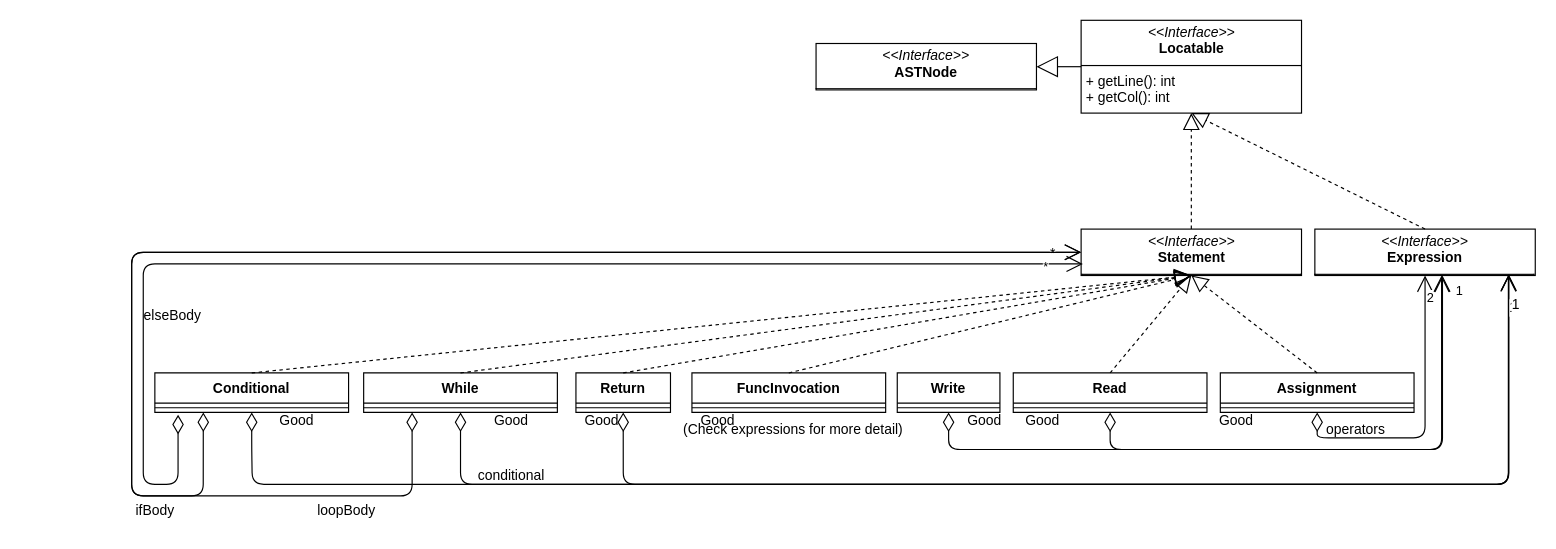
This is diagrams/statements.drawio from Diegomcha/dlp-compiler, a draw.io file, before an edit. Source tidied: cells renumbered, new cells numbered last; positions are measured from the earlier drawing's top-left corner, leaving out a move shared by most shapes. Both pictures are drawn from the tidied source at 116%, with x=0, y=0 at pixel (119, 20).
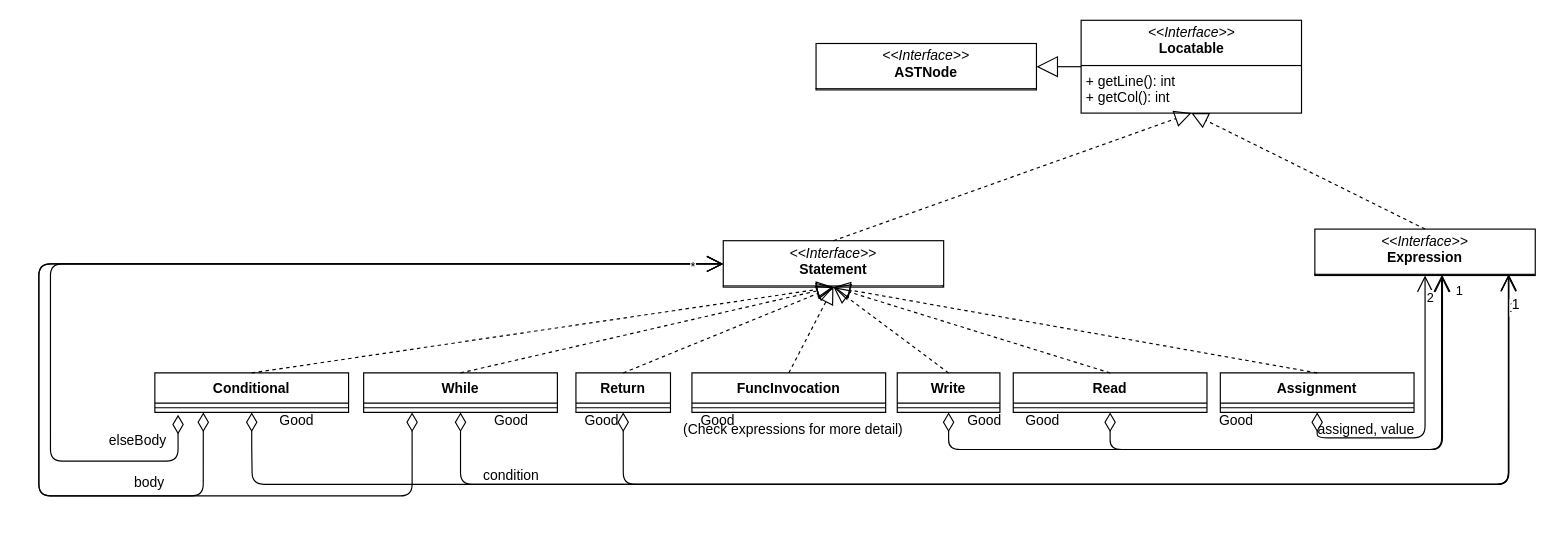
After the change.

Commit message:
feat(diagram): updated argument names for statements

The change refers to these unchanged cells:
```xml
<mxCell id="20" value="While" style="swimlane;fontStyle=1;align=center;verticalAlign=top;horizontal=1;startSize=26;" parent="1" vertex="1">
  <mxGeometry x="210" y="304" width="167" height="34" as="geometry" />
</mxCell>
<mxCell id="25" value="Conditional" style="swimlane;fontStyle=1;align=center;verticalAlign=top;horizontal=1;startSize=26;" parent="1" vertex="1">
  <mxGeometry x="30" y="304" width="167" height="34" as="geometry" />
</mxCell>
<mxCell id="39" value="Write" style="swimlane;fontStyle=1;align=center;verticalAlign=top;horizontal=1;startSize=26;" parent="1" vertex="1">
  <mxGeometry x="670" y="304" width="88.5" height="34" as="geometry" />
</mxCell>
```

The edit, as a diff of the source:
```diff
@@
     <mxCell id="6" value="&lt;p style=&quot;margin:0px;margin-top:4px;text-align:center;&quot;&gt;&lt;i&gt;&amp;lt;&amp;lt;Interface&amp;gt;&amp;gt;&lt;/i&gt;&lt;br&gt;&lt;b&gt;Statement&lt;/b&gt;&lt;/p&gt;&lt;hr size=&quot;1&quot; style=&quot;border-style:solid;&quot;&gt;&lt;p style=&quot;margin:0px;margin-left:4px;&quot;&gt;&lt;br&gt;&lt;/p&gt;" style="verticalAlign=top;align=left;overflow=fill;html=1;whiteSpace=wrap;" parent="1" vertex="1">
-      <mxGeometry x="828.5" y="180" width="190" height="40" as="geometry" />
+      <mxGeometry x="520" y="190" width="190" height="40" as="geometry" />
     </mxCell>
@@
     <mxCell id="27" style="endArrow=open;html=1;endSize=12;startArrow=diamondThin;startSize=14;startFill=0;edgeStyle=orthogonalEdgeStyle;align=left;verticalAlign=bottom;exitX=0.25;exitY=1;exitDx=0;exitDy=0;entryX=0;entryY=0.5;entryDx=0;entryDy=0;" parent="1" edge="1" source="20" target="6">
       <mxGeometry x="0.86" y="1" relative="1" as="geometry">
         <Array as="points">
           <mxPoint x="252" y="410" />
-          <mxPoint x="10" y="410" />
-          <mxPoint x="10" y="200" />
+          <mxPoint x="-70" y="410" />
+          <mxPoint x="-70" y="210" />
         </Array>
       </mxGeometry>
     </mxCell>
-    <mxCell id="28" value="*" style="edgeLabel;html=1;align=center;verticalAlign=middle;fontSize=12;" parent="27" vertex="1">
-      <mxGeometry x="0.95" y="-3" relative="1" as="geometry">
-        <mxPoint x="8" y="-3" as="offset" />
-      </mxGeometry>
-    </mxCell>
@@
     <mxCell id="31" style="endArrow=open;html=1;endSize=12;startArrow=diamondThin;startSize=14;startFill=0;edgeStyle=orthogonalEdgeStyle;align=left;verticalAlign=bottom;entryX=0;entryY=0.5;entryDx=0;entryDy=0;exitX=0.25;exitY=1;exitDx=0;exitDy=0;" parent="1" edge="1" source="25" target="6">
       <mxGeometry x="0.86" y="1" relative="1" as="geometry">
         <Array as="points">
           <mxPoint x="72" y="410" />
-          <mxPoint x="10" y="410" />
-          <mxPoint x="10" y="200" />
+          <mxPoint x="-70" y="410" />
+          <mxPoint x="-70" y="210" />
         </Array>
       </mxGeometry>
     </mxCell>
@@
-    <mxCell id="37" value="operators" style="text;html=1;align=center;verticalAlign=middle;strokeColor=none;fillColor=none;" parent="1" vertex="1">
-      <mxGeometry x="1030" y="338" width="70" height="30" as="geometry" />
+    <mxCell id="37" value="assigned, value" style="text;html=1;align=center;verticalAlign=middle;strokeColor=none;fillColor=none;" parent="1" vertex="1">
+      <mxGeometry x="1018.5" y="338" width="110" height="30" as="geometry" />
     </mxCell>
@@
-    <mxCell id="45" value="conditional" style="text;html=1;align=center;verticalAlign=middle;strokeColor=none;fillColor=none;" parent="1" vertex="1">
-      <mxGeometry x="297" y="378" width="80" height="30" as="geometry" />
+    <mxCell id="45" value="condition" style="text;html=1;align=center;verticalAlign=middle;strokeColor=none;fillColor=none;" parent="1" vertex="1">
+      <mxGeometry x="302" y="378" width="70" height="30" as="geometry" />
     </mxCell>
-    <mxCell id="46" value="loopBody" style="text;html=1;align=center;verticalAlign=middle;strokeColor=none;fillColor=none;" parent="1" vertex="1">
-      <mxGeometry x="160" y="408" width="70" height="30" as="geometry" />
-    </mxCell>
@@
-    <mxCell id="48" style="endArrow=open;html=1;endSize=12;startArrow=diamondThin;startSize=14;startFill=0;edgeStyle=orthogonalEdgeStyle;align=left;verticalAlign=bottom;" parent="1" edge="1">
+    <mxCell id="48" style="endArrow=open;html=1;endSize=12;startArrow=diamondThin;startSize=14;startFill=0;edgeStyle=orthogonalEdgeStyle;align=left;verticalAlign=bottom;entryX=0;entryY=0.5;entryDx=0;entryDy=0;" parent="1" edge="1" target="6">
       <mxGeometry x="0.86" y="1" relative="1" as="geometry">
         <mxPoint x="50" y="340" as="sourcePoint" />
-        <mxPoint x="830" y="210" as="targetPoint" />
         <Array as="points">
-          <mxPoint x="50" y="400" />
-          <mxPoint x="20" y="400" />
-          <mxPoint x="20" y="210" />
+          <mxPoint x="50" y="380" />
+          <mxPoint x="-60" y="380" />
+          <mxPoint x="-60" y="210" />
         </Array>
       </mxGeometry>
     </mxCell>
@@
-    <mxCell id="50" value="ifBody" style="text;html=1;align=center;verticalAlign=middle;strokeColor=none;fillColor=none;" parent="1" vertex="1">
-      <mxGeometry y="408" width="60" height="30" as="geometry" />
+    <mxCell id="50" value="body" style="text;html=1;align=center;verticalAlign=middle;strokeColor=none;fillColor=none;" parent="1" vertex="1">
+      <mxGeometry y="384" width="50" height="30" as="geometry" />
     </mxCell>
     <mxCell id="51" value="elseBody" style="text;html=1;align=center;verticalAlign=middle;strokeColor=none;fillColor=none;" parent="1" vertex="1">
-      <mxGeometry x="10" y="240" width="70" height="30" as="geometry" />
+      <mxGeometry x="-20" y="348" width="70" height="30" as="geometry" />
     </mxCell>
@@
+    <mxCell id="55" style="endArrow=block;dashed=1;endFill=0;endSize=12;html=1;entryX=0.5;entryY=1;entryDx=0;entryDy=0;exitX=0.5;exitY=0;exitDx=0;exitDy=0;" parent="1" edge="1" source="39" target="6">
+      <mxGeometry relative="1" as="geometry" />
+    </mxCell>
```
